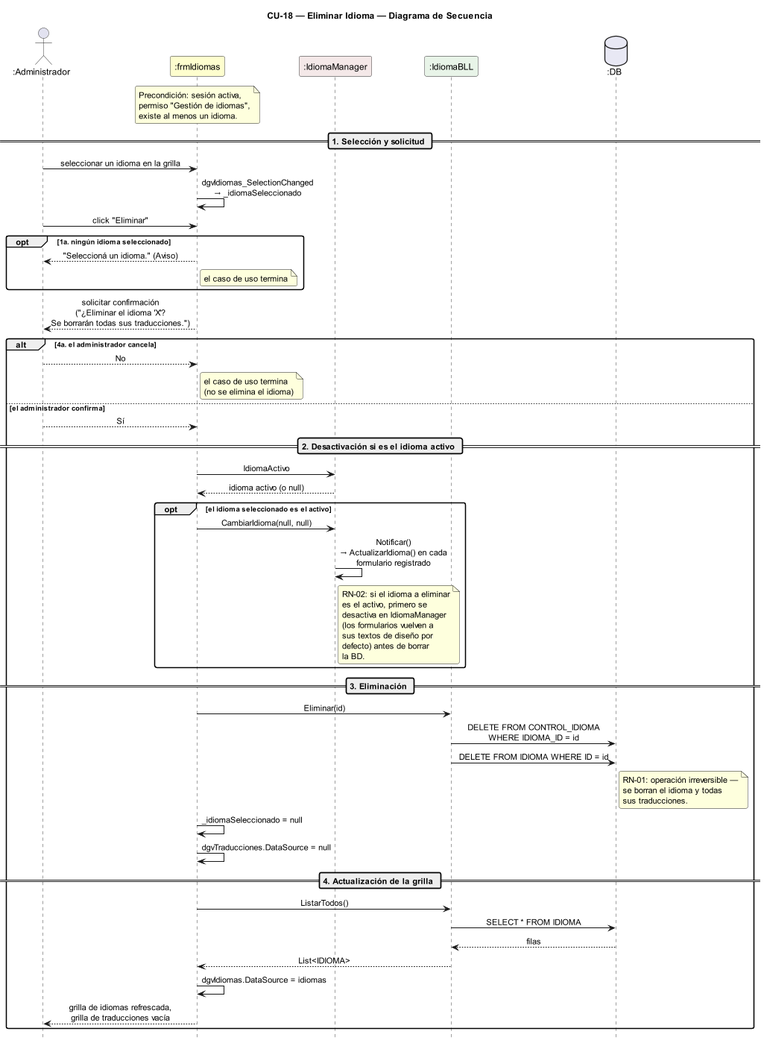
Before: DIAGRAMAS/DiagramaSecuencia_CU18_EliminarIdioma.png, a diagram exported from PlantUML (Urrels/ingenieria_software). Source of this version:
```plantuml
@startuml DiagramaSecuencia_CU18_EliminarIdioma

title CU-18 — Eliminar Idioma — Diagrama de Secuencia

skinparam shadowing false
skinparam roundcorner 6
skinparam sequenceArrowThickness 1.2
skinparam ParticipantPadding 14
skinparam sequenceMessageAlign center
hide footbox
scale 0.85

actor       ":Administrador" as A
participant ":frmIdiomas"    as FI #FEFECE
participant ":IdiomaManager" as IM #F4E8E8
participant ":IdiomaBLL"     as IB #E8F4E8
database    ":DB"            as DB #E8E8F4

note over FI
  Precondición: sesión activa,
  permiso "Gestión de idiomas",
  existe al menos un idioma.
end note

== 1. Selección y solicitud ==

A -> FI : seleccionar un idioma en la grilla
FI -> FI : dgvIdiomas_SelectionChanged\n→ _idiomaSeleccionado

A -> FI : click "Eliminar"

opt 1a. ningún idioma seleccionado
  FI --> A : "Seleccioná un idioma." (Aviso)
  note right of FI : el caso de uso termina
end

FI --> A : solicitar confirmación\n("¿Eliminar el idioma 'X'?\nSe borrarán todas sus traducciones.")

alt 4a. el administrador cancela
  A --> FI : No
  note right of FI : el caso de uso termina\n(no se elimina el idioma)

else el administrador confirma
  A --> FI : Sí

  == 2. Desactivación si es el idioma activo ==

  FI -> IM : IdiomaActivo
  IM --> FI : idioma activo (o null)

  opt el idioma seleccionado es el activo
    FI -> IM : CambiarIdioma(null, null)
    IM -> IM : Notificar()\n→ ActualizarIdioma() en cada\nformulario registrado
    note right of IM
      RN-02: si el idioma a eliminar
      es el activo, primero se
      desactiva en IdiomaManager
      (los formularios vuelven a
      sus textos de diseño por
      defecto) antes de borrar
      la BD.
    end note
  end

  == 3. Eliminación ==

  FI -> IB : Eliminar(id)
  IB -> DB : DELETE FROM CONTROL_IDIOMA\nWHERE IDIOMA_ID = id
  IB -> DB : DELETE FROM IDIOMA WHERE ID = id
  note right of DB
    RN-01: operación irreversible —
    se borran el idioma y todas
    sus traducciones.
  end note

  FI -> FI : _idiomaSeleccionado = null
  FI -> FI : dgvTraducciones.DataSource = null

  == 4. Actualización de la grilla ==

  FI -> IB : ListarTodos()
  IB -> DB : SELECT * FROM IDIOMA
  DB --> IB : filas
  IB --> FI : List<IDIOMA>
  FI -> FI : dgvIdiomas.DataSource = idiomas
  FI --> A : grilla de idiomas refrescada,\ngrilla de traducciones vacía
end

@enduml
```
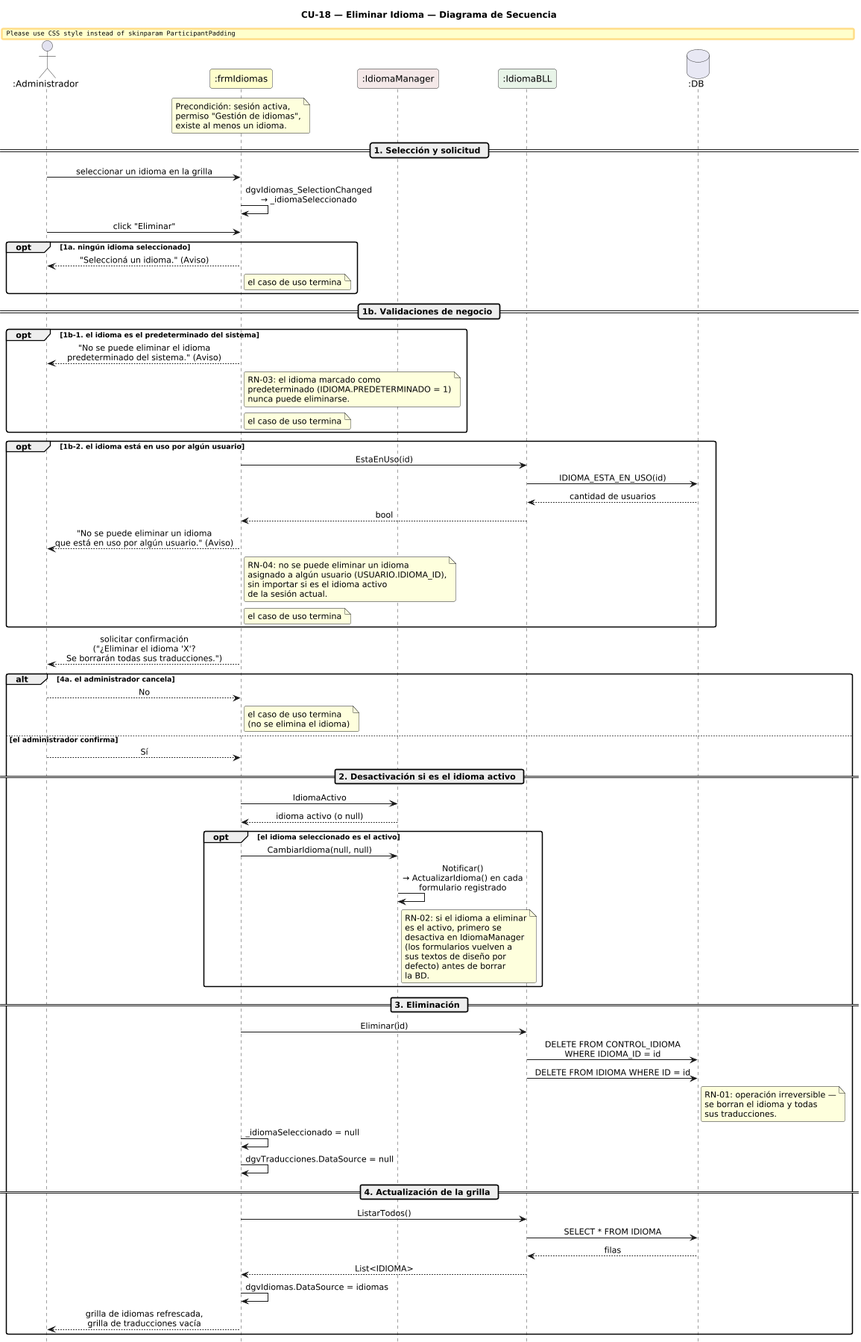
The same file after the commit.

Commit message:
docs: corrige diagramas de secuencia CU10/CU11/CU18 (idioma protegido, campos dummy)

The edit, as a diff of the source:
```diff
@@ -31,6 +31,34 @@
 
 opt 1a. ningún idioma seleccionado
   FI --> A : "Seleccioná un idioma." (Aviso)
+  note right of FI : el caso de uso termina
+end
+
+== 1b. Validaciones de negocio ==
+
+opt 1b-1. el idioma es el predeterminado del sistema
+  FI --> A : "No se puede eliminar el idioma\npredeterminado del sistema." (Aviso)
+  note right of FI
+    RN-03: el idioma marcado como
+    predeterminado (IDIOMA.PREDETERMINADO = 1)
+    nunca puede eliminarse.
+  end note
+  note right of FI : el caso de uso termina
+end
+
+opt 1b-2. el idioma está en uso por algún usuario
+  FI -> IB : EstaEnUso(id)
+  IB -> DB : IDIOMA_ESTA_EN_USO(id)
+  DB --> IB : cantidad de usuarios
+  IB --> FI : bool
+
+  FI --> A : "No se puede eliminar un idioma\nque está en uso por algún usuario." (Aviso)
+  note right of FI
+    RN-04: no se puede eliminar un idioma
+    asignado a algún usuario (USUARIO.IDIOMA_ID),
+    sin importar si es el idioma activo
+    de la sesión actual.
+  end note
   note right of FI : el caso de uso termina
 end
 
```
